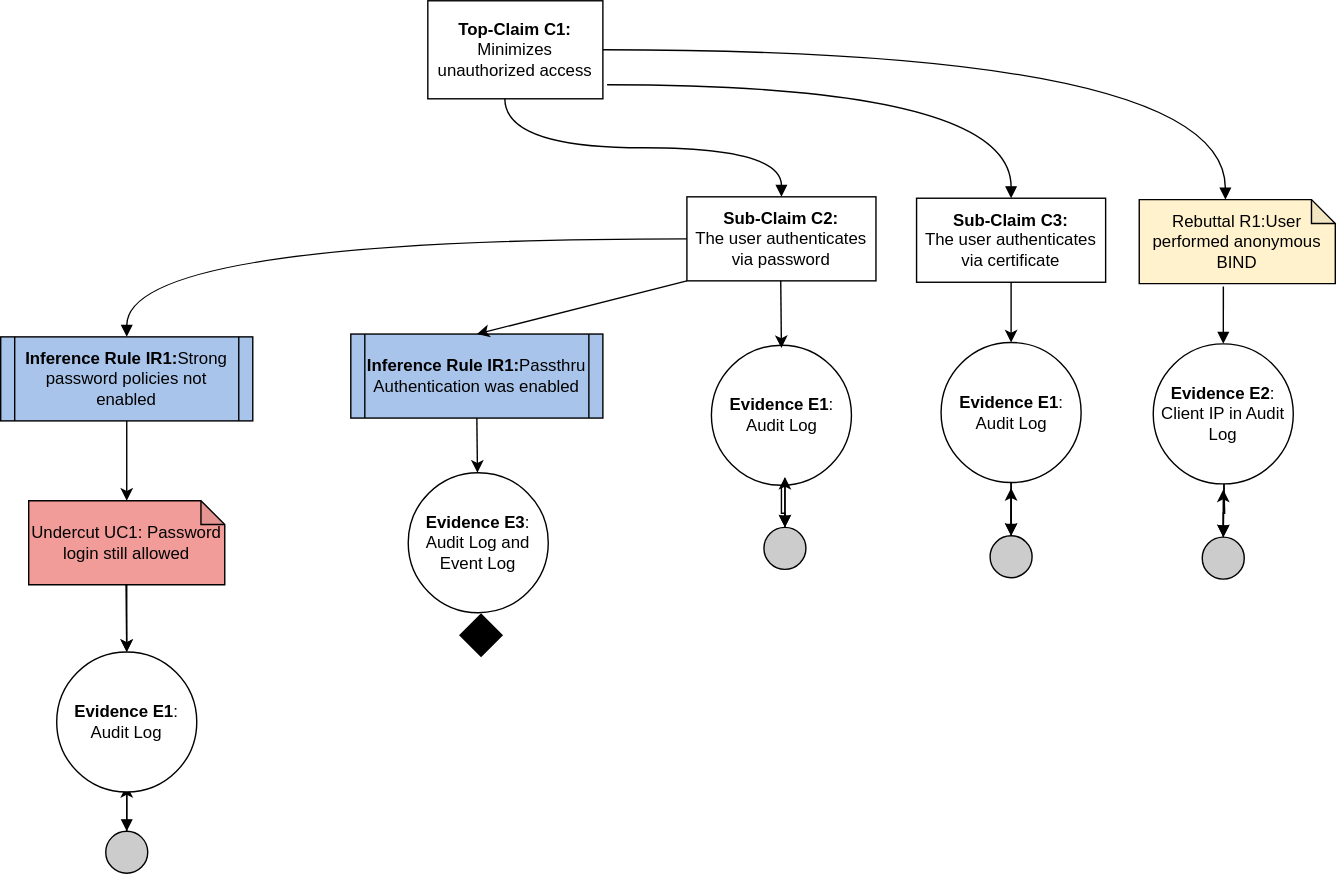
Earlier version of the draw.io export images/BIND Assurance Case.svg (bartelsjoshuac/SAPG). Source tidied: cells renumbered, new cells last; positions are measured from the earlier drawing's top-left corner, leaving out a move shared by most shapes.
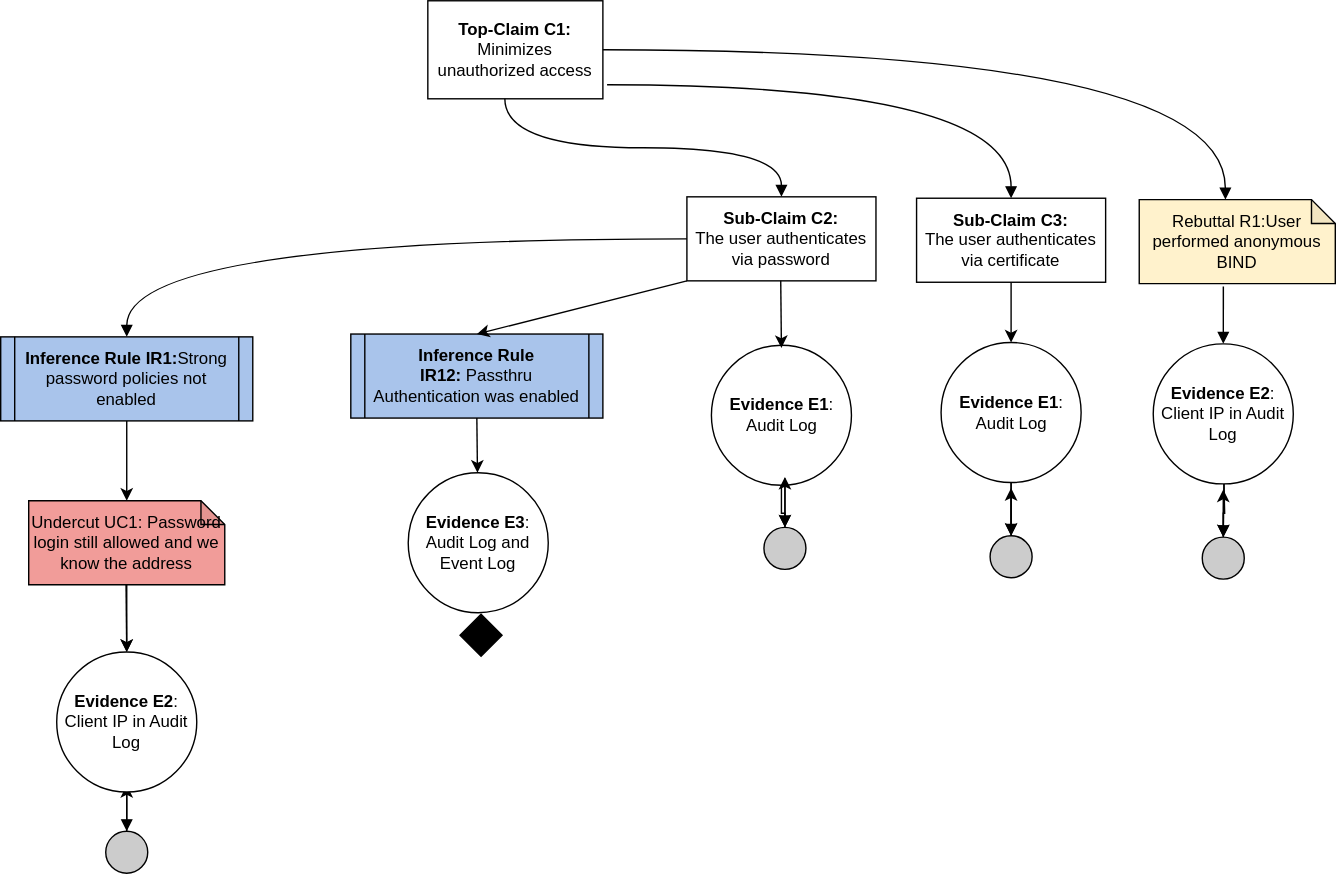
After the commit.

What changed in the source:
```diff
@@ -36,7 +36,7 @@
     <mxCell id="11" style="edgeStyle=orthogonalEdgeStyle;rounded=0;jettySize=auto;html=1;" parent="1" edge="1" source="12" target="15">
       <mxGeometry relative="1" as="geometry" />
     </mxCell>
-    <mxCell id="12" value="Undercut UC1: Password login still allowed" style="shape=note;whiteSpace=wrap;html=1;backgroundOutline=1;darkOpacity=0.05;size=17;fillColor=#F19C99;" parent="1" vertex="1">
+    <mxCell id="12" value="Undercut UC1: Password login still allowed and we know the address" style="shape=note;whiteSpace=wrap;html=1;backgroundOutline=1;darkOpacity=0.05;size=17;fillColor=#F19C99;" parent="1" vertex="1">
       <mxGeometry x="20" y="357" width="140" height="60" as="geometry" />
     </mxCell>
     <mxCell id="13" style="edgeStyle=orthogonalEdgeStyle;curved=1;rounded=0;jettySize=auto;html=1;exitX=0;exitY=0.5;exitDx=0;exitDy=0;endArrow=block;endFill=1;entryX=0.5;entryY=0;entryDx=0;entryDy=0;" parent="1" edge="1" source="3" target="10">
@@ -45,7 +45,7 @@
     <mxCell id="14" style="rhombus;whiteSpace=wrap;html=1;fillColor=#000000;" parent="1" vertex="1">
       <mxGeometry x="328" y="438" width="30" height="30" as="geometry" />
     </mxCell>
-    <mxCell id="15" value="&lt;b&gt;Evidence E1&lt;/b&gt;:&lt;br&gt;Audit Log" style="ellipse;whiteSpace=wrap;html=1;fillColor=#ffffff;rounded=0;" parent="1" vertex="1">
+    <mxCell id="15" value="&lt;b style=&quot;border-color: var(--border-color);&quot;&gt;Evidence E2&lt;/b&gt;:&lt;br style=&quot;border-color: var(--border-color);&quot;&gt;Client IP in Audit Log" style="ellipse;whiteSpace=wrap;html=1;fillColor=#ffffff;rounded=0;" parent="1" vertex="1">
       <mxGeometry x="40" y="465" width="100" height="100" as="geometry" />
     </mxCell>
     <mxCell id="16" value="&lt;b style=&quot;border-color: var(--border-color);&quot;&gt;Sub-Claim C3:&lt;br style=&quot;border-color: var(--border-color);&quot;&gt;&lt;/b&gt;The user authenticates via certificate" style="rounded=0;whiteSpace=wrap;html=1;" parent="1" vertex="1">
@@ -113,7 +113,7 @@
     <mxCell id="33" value="&lt;b&gt;Evidence E3&lt;/b&gt;:&lt;br&gt;Audit Log and Event Log" style="ellipse;whiteSpace=wrap;html=1;fillColor=#ffffff;rounded=0;" parent="1" vertex="1">
       <mxGeometry x="291" y="337" width="100" height="100" as="geometry" />
     </mxCell>
-    <mxCell id="34" value="&lt;b&gt;Inference Rule IR1:&lt;/b&gt;Passthru Authentication was enabled" style="shape=process;whiteSpace=wrap;html=1;backgroundOutline=1;fillColor=#A9C4EB;size=0.05555555555555555;" parent="1" vertex="1">
+    <mxCell id="34" value="&lt;b&gt;Inference Rule IR12:&amp;nbsp;&lt;/b&gt;Passthru Authentication was enabled" style="shape=process;whiteSpace=wrap;html=1;backgroundOutline=1;fillColor=#A9C4EB;size=0.05555555555555555;" parent="1" vertex="1">
       <mxGeometry x="250" y="238" width="180" height="60" as="geometry" />
     </mxCell>
     <mxCell id="35" style="endArrow=classic;html=1;rounded=0;exitX=0.5;exitY=1;exitDx=0;exitDy=0;" parent="1" edge="1" source="34" target="33">
```
